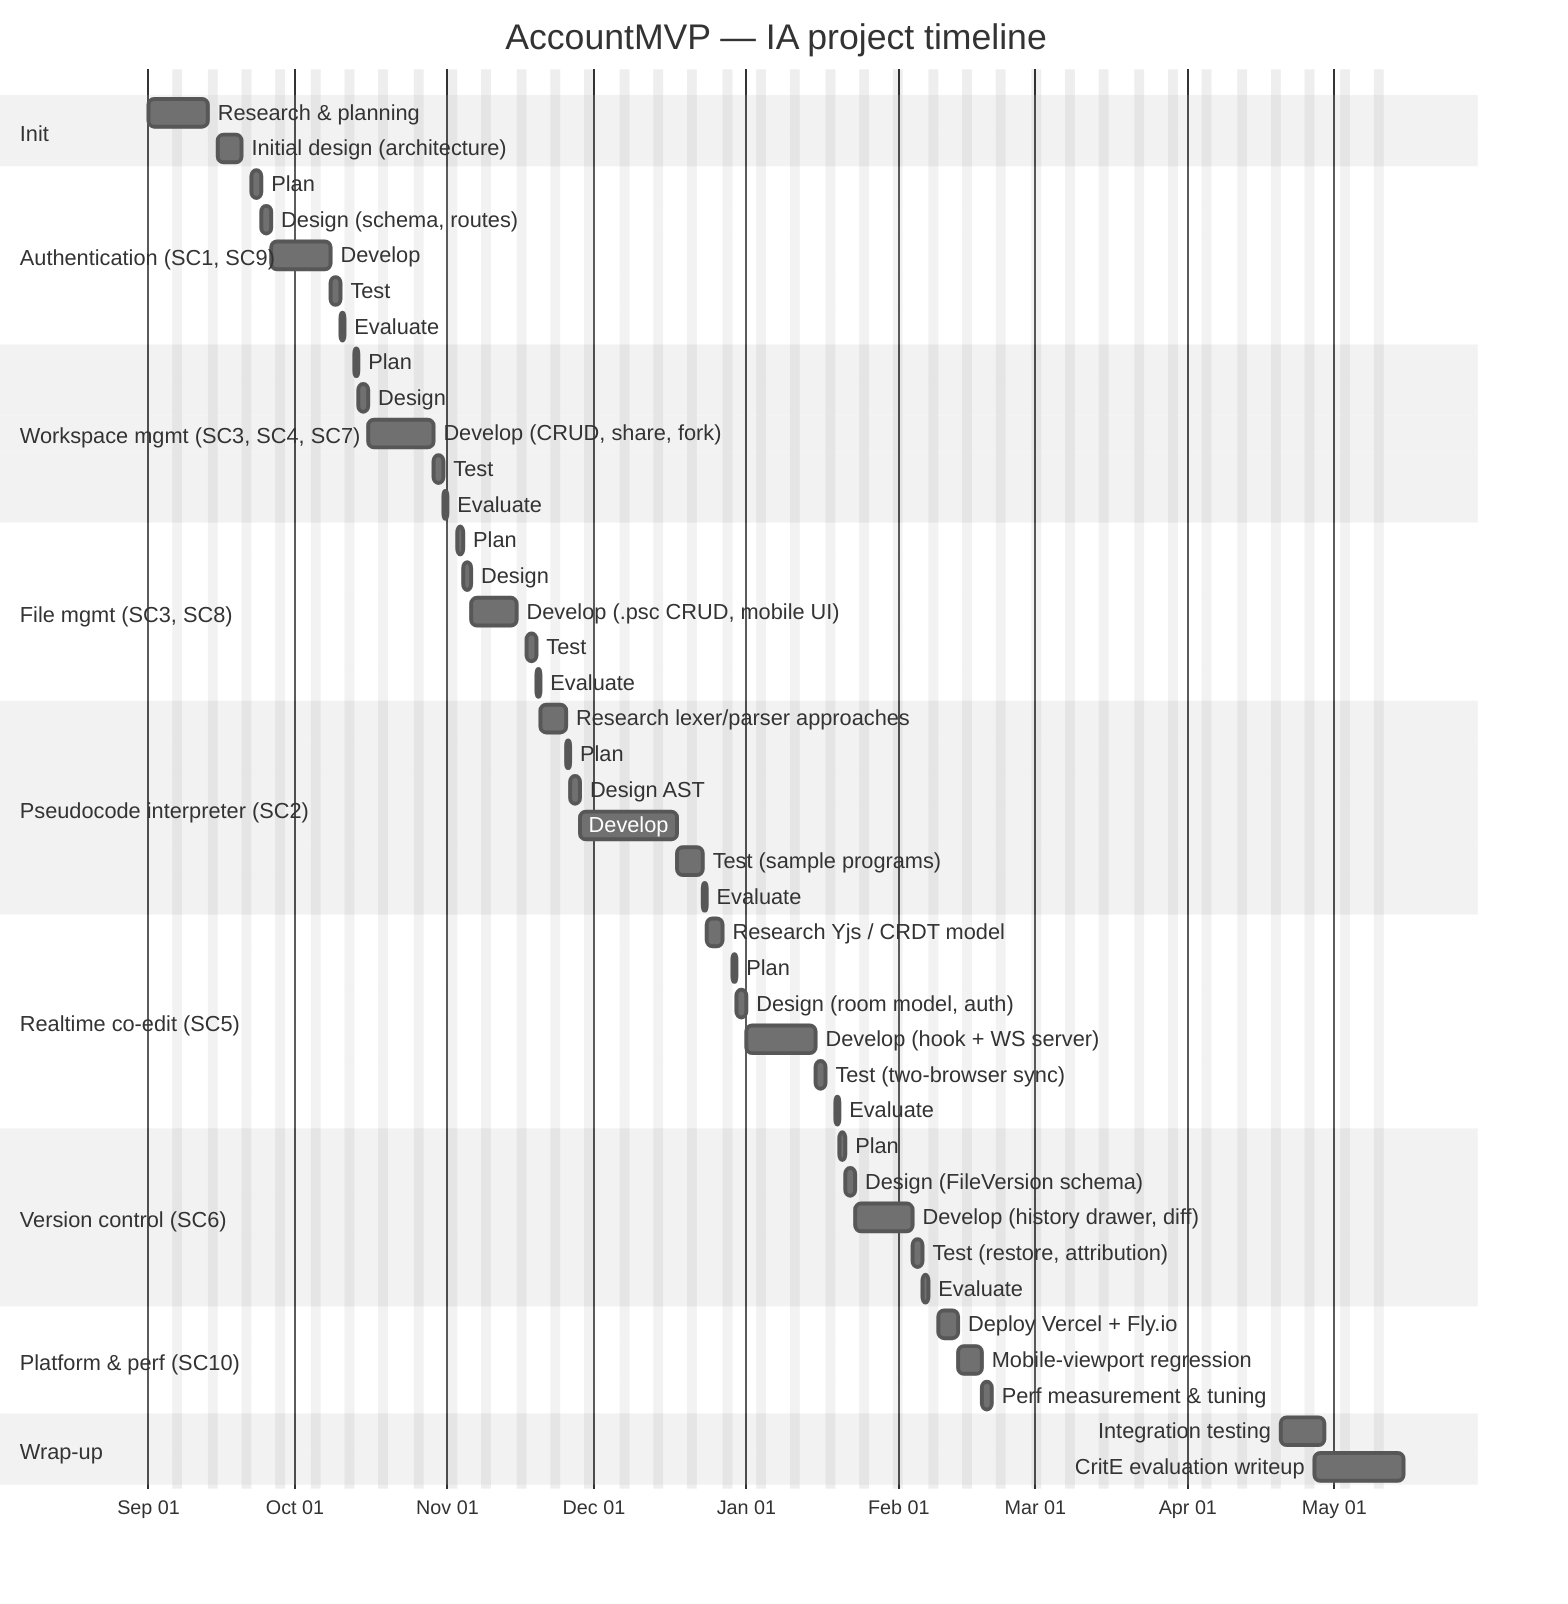
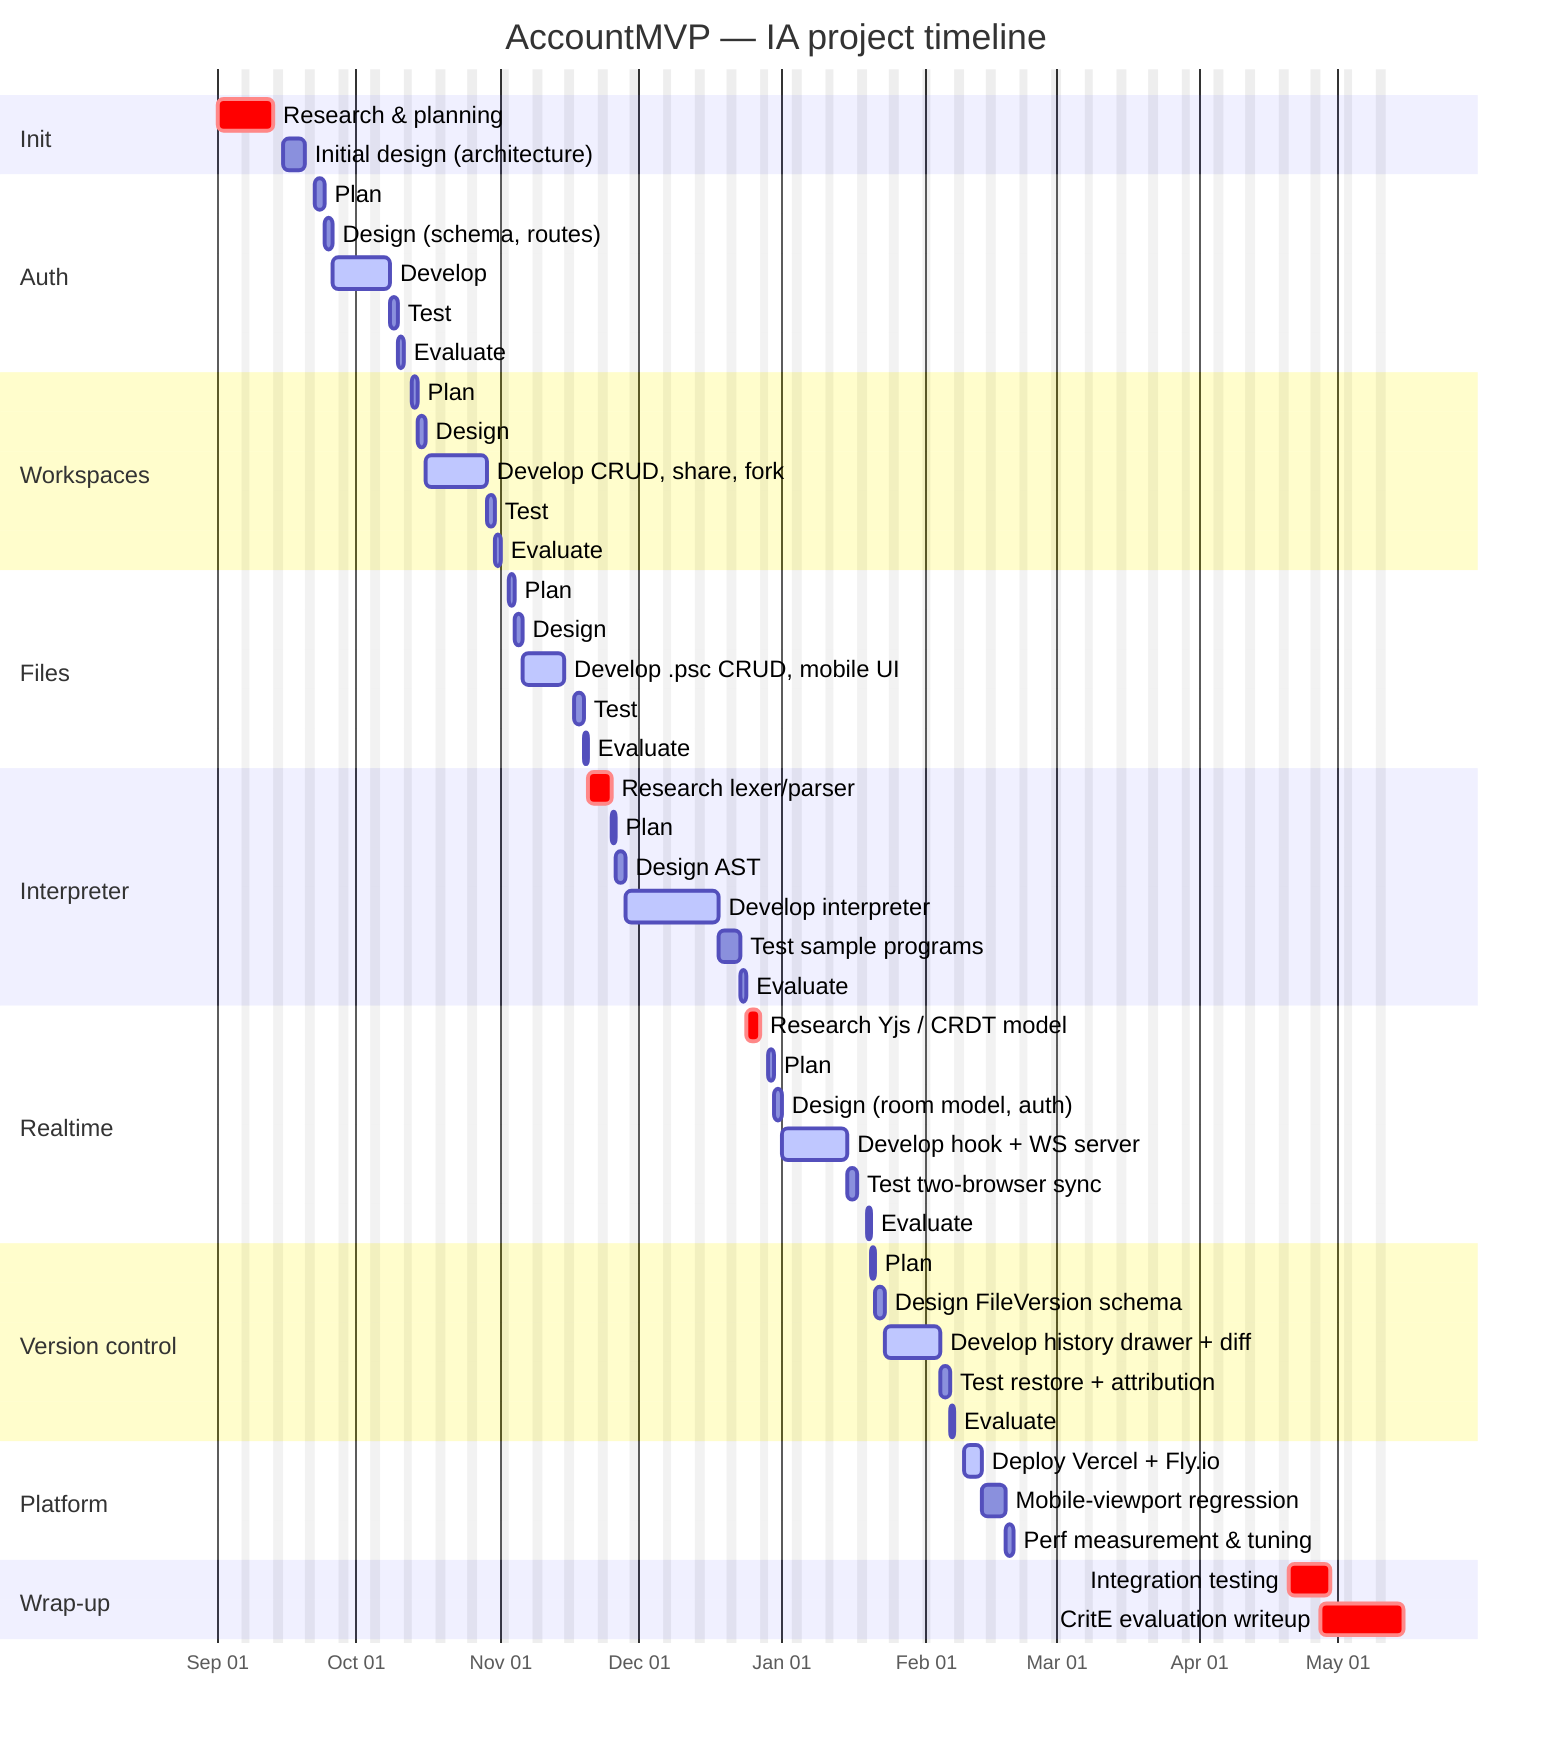
- %%{init: {'theme': 'neutral', 'gantt': {'barHeight': 14, 'fontSize': 11}}}%%
+ %%{init: {'theme': 'default', 'gantt': {'barHeight': 16, 'fontSize': 12, 'leftPadding': 110, 'gridLineStartPadding': 35, 'sectionFontSize': 12}}}%%
gantt
  title AccountMVP — IA project timeline
  dateFormat YYYY-MM-DD
  axisFormat %b %d
  excludes weekends
+   todayMarker off

  section Init
-   Research & planning              :init1, 2025-09-01, 10d
-   Initial design (architecture)    :init2, after init1, 5d
+   Research & planning              :crit,   init1, 2025-09-01, 10d
+   Initial design (architecture)    :init2,  after init1, 5d

-   section Authentication (SC1, SC9)
-   Plan                             :a-plan, after init2, 2d
-   Design (schema, routes)          :a-des,  after a-plan, 2d
-   Develop                          :a-dev,  after a-des, 8d
-   Test                             :a-test, after a-dev, 2d
-   Evaluate                         :a-eval, after a-test, 1d
+   section Auth
+   Plan                             :        a-plan, after init2, 2d
+   Design (schema, routes)          :        a-des,  after a-plan, 2d
+   Develop                          :active, a-dev,  after a-des, 8d
+   Test                             :        a-test, after a-dev, 2d
+   Evaluate                         :        a-eval, after a-test, 1d

-   section Workspace mgmt (SC3, SC4, SC7)
-   Plan                             :w-plan, after a-eval, 1d
-   Design                           :w-des,  after w-plan, 2d
-   Develop (CRUD, share, fork)      :w-dev,  after w-des, 9d
-   Test                             :w-test, after w-dev, 2d
-   Evaluate                         :w-eval, after w-test, 1d
+   section Workspaces
+   Plan                             :        w-plan, after a-eval, 1d
+   Design                           :        w-des,  after w-plan, 2d
+   Develop CRUD, share, fork        :active, w-dev,  after w-des, 9d
+   Test                             :        w-test, after w-dev, 2d
+   Evaluate                         :        w-eval, after w-test, 1d

-   section File mgmt (SC3, SC8)
-   Plan                             :f-plan, after w-eval, 1d
-   Design                           :f-des,  after f-plan, 2d
-   Develop (.psc CRUD, mobile UI)   :f-dev,  after f-des, 7d
-   Test                             :f-test, after f-dev, 2d
-   Evaluate                         :f-eval, after f-test, 1d
+   section Files
+   Plan                             :        f-plan, after w-eval, 1d
+   Design                           :        f-des,  after f-plan, 2d
+   Develop .psc CRUD, mobile UI     :active, f-dev,  after f-des, 7d
+   Test                             :        f-test, after f-dev, 2d
+   Evaluate                         :        f-eval, after f-test, 1d

-   section Pseudocode interpreter (SC2)
-   Research lexer/parser approaches :i-res,  after f-eval, 3d
-   Plan                             :i-plan, after i-res, 1d
-   Design AST                       :i-des,  after i-plan, 2d
-   Develop                          :i-dev,  after i-des, 14d
-   Test (sample programs)           :i-test, after i-dev, 3d
-   Evaluate                         :i-eval, after i-test, 1d
+   section Interpreter
+   Research lexer/parser            :crit,   i-res,  after f-eval, 3d
+   Plan                             :        i-plan, after i-res, 1d
+   Design AST                       :        i-des,  after i-plan, 2d
+   Develop interpreter              :active, i-dev,  after i-des, 14d
+   Test sample programs             :        i-test, after i-dev, 3d
+   Evaluate                         :        i-eval, after i-test, 1d

-   section Realtime co-edit (SC5)
-   Research Yjs / CRDT model        :r-res,  after i-eval, 3d
-   Plan                             :r-plan, after r-res, 1d
-   Design (room model, auth)        :r-des,  after r-plan, 2d
-   Develop (hook + WS server)       :r-dev,  after r-des, 10d
-   Test (two-browser sync)          :r-test, after r-dev, 2d
-   Evaluate                         :r-eval, after r-test, 1d
+   section Realtime
+   Research Yjs / CRDT model        :crit,   r-res,  after i-eval, 3d
+   Plan                             :        r-plan, after r-res, 1d
+   Design (room model, auth)        :        r-des,  after r-plan, 2d
+   Develop hook + WS server         :active, r-dev,  after r-des, 10d
+   Test two-browser sync            :        r-test, after r-dev, 2d
+   Evaluate                         :        r-eval, after r-test, 1d

-   section Version control (SC6)
-   Plan                             :v-plan, after r-eval, 1d
-   Design (FileVersion schema)      :v-des,  after v-plan, 2d
-   Develop (history drawer, diff)   :v-dev,  after v-des, 8d
-   Test (restore, attribution)      :v-test, after v-dev, 2d
-   Evaluate                         :v-eval, after v-test, 1d
+   section Version control
+   Plan                             :        v-plan, after r-eval, 1d
+   Design FileVersion schema        :        v-des,  after v-plan, 2d
+   Develop history drawer + diff    :active, v-dev,  after v-des, 8d
+   Test restore + attribution       :        v-test, after v-dev, 2d
+   Evaluate                         :        v-eval, after v-test, 1d

-   section Platform & perf (SC10)
-   Deploy Vercel + Fly.io           :p-dev,  after v-eval, 4d
-   Mobile-viewport regression       :p-test, after p-dev, 3d
-   Perf measurement & tuning        :p-eval, after p-test, 2d
+   section Platform
+   Deploy Vercel + Fly.io           :active, p-dev,  after v-eval, 4d
+   Mobile-viewport regression       :        p-test, after p-dev, 3d
+   Perf measurement & tuning        :        p-eval, after p-test, 2d

  section Wrap-up
-   Integration testing              :int,    2026-04-20, 7d
-   CritE evaluation writeup         :wrap,   2026-04-27, 14d
+   Integration testing              :crit,   int,    2026-04-20, 7d
+   CritE evaluation writeup         :crit,   wrap,   2026-04-27, 14d
